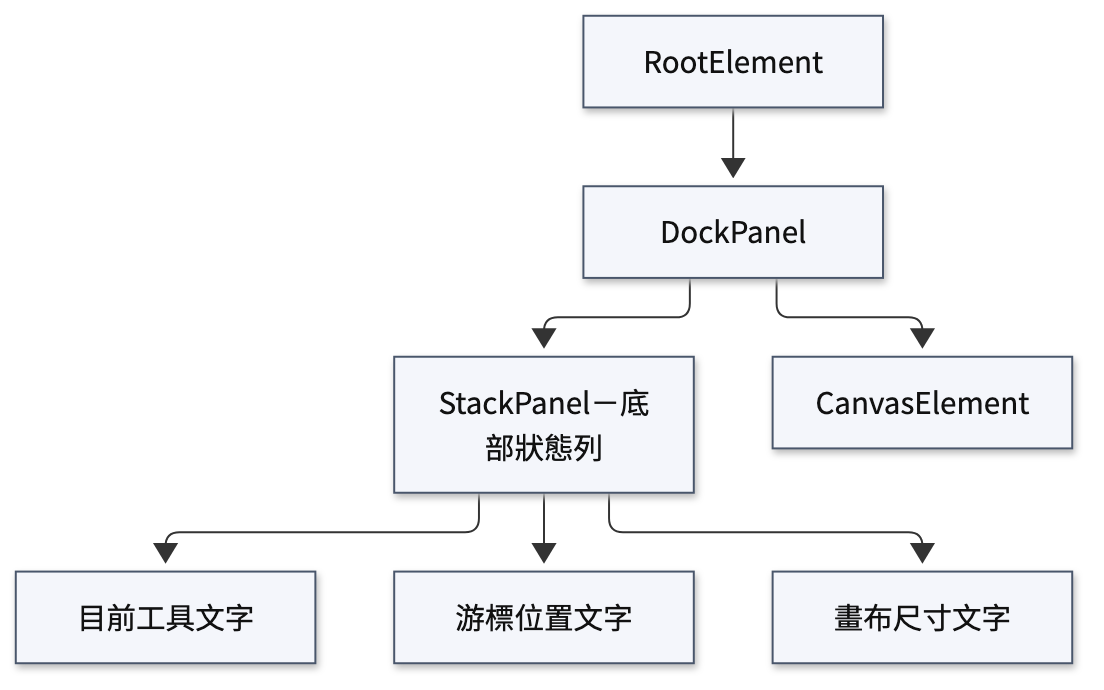
Above: docs/figures/app_a_layout-tree.png in YuanOwO/CG-hw1-paint (Mermaid), before the change. Its source is kept beside it as docs/figures-src/app_a_layout-tree.mmd.
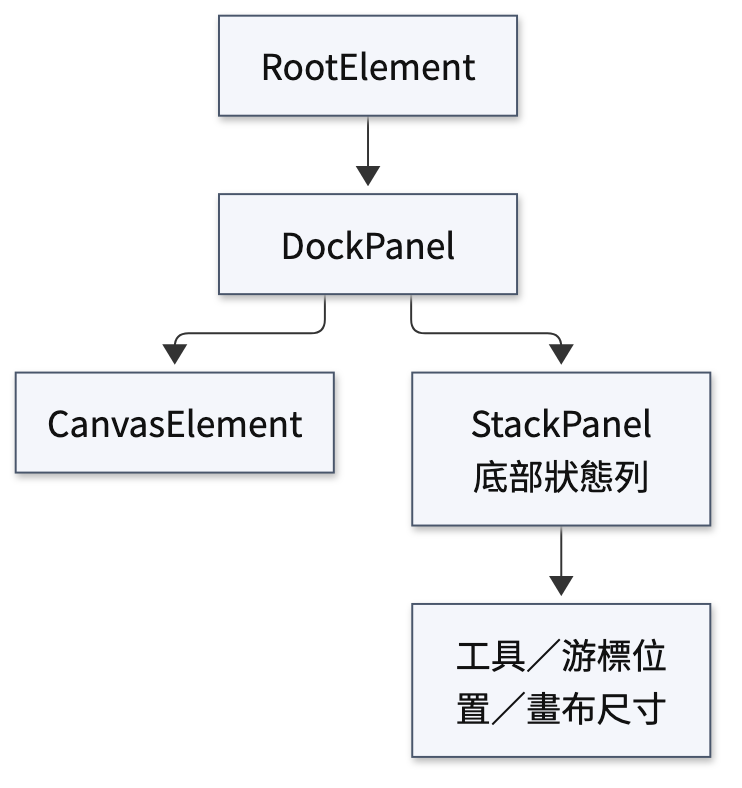
Later version of the same file.

What changed in the source:
```diff
@@ -1,10 +1,8 @@
 flowchart TB
     root[RootElement] --> dock[DockPanel]
-    dock --> bottom[StackPanel－底部狀態列]
     dock --> canvas[CanvasElement]
-    bottom --> tool[目前工具文字]
-    bottom --> position[游標位置文字]
-    bottom --> size[畫布尺寸文字]
+    dock --> bottom[StackPanel<br/>底部狀態列]
+    bottom --> status[工具／游標位置／畫布尺寸]
 
     classDef element fill:#f4f6fb,stroke:#49566b,color:#111,stroke-width:1px;
-    class root,dock,bottom,canvas,tool,position,size element;
+    class root,dock,bottom,canvas,status element;
```
